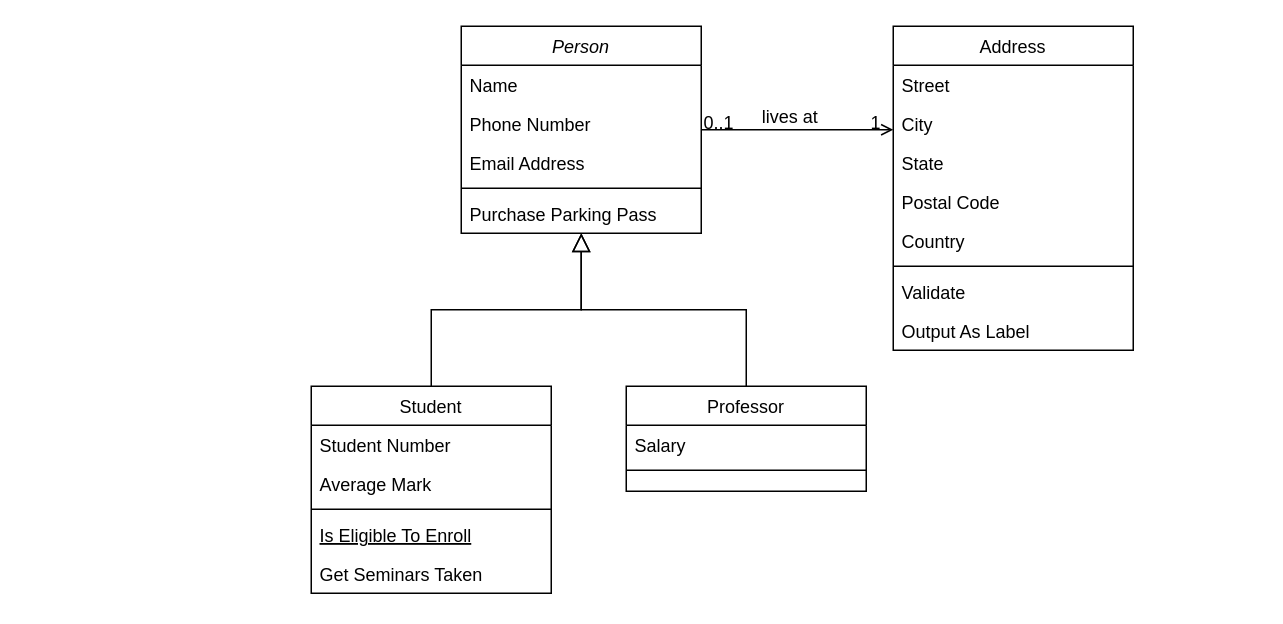
Above: page "Classes" (1 of 2) of Financ.drawio in Raiobrine/DrawIO (draw.io), before the change. Source tidied: cells renumbered, new cells numbered last; positions are measured from the earlier drawing's top-left corner, leaving out a move shared by most shapes. Both pictures are drawn from the tidied source at 150%, with x=0, y=0 at pixel (310, 26).
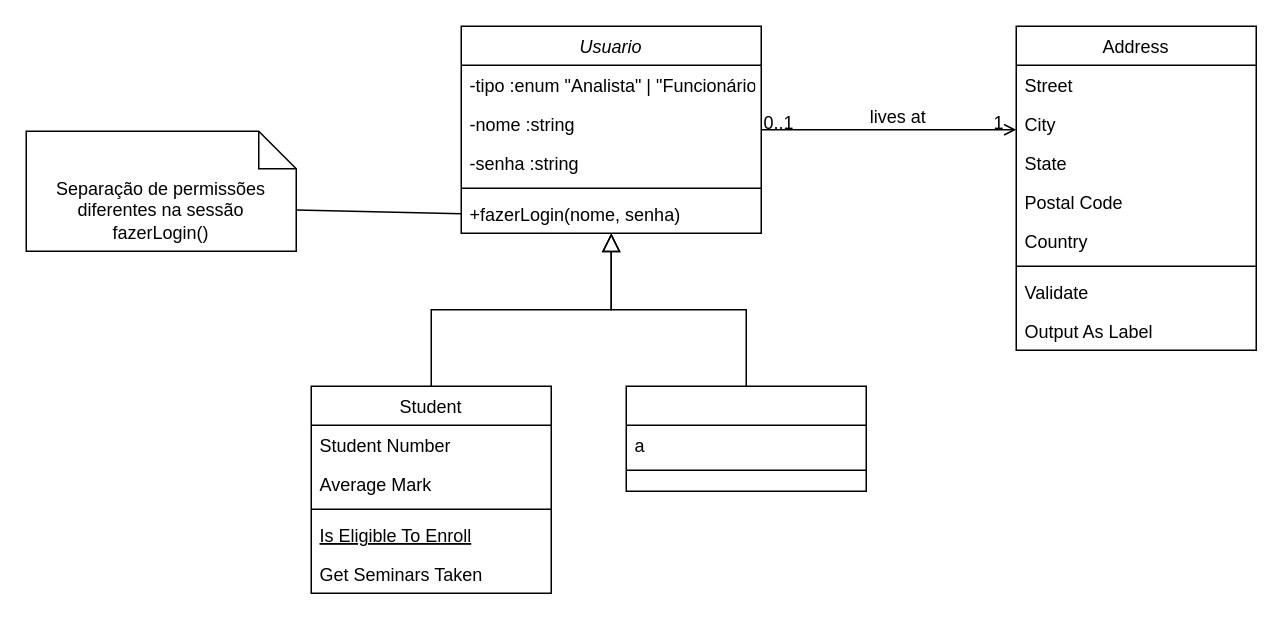
The same page after the edit.

The edit, as a diff of the source:
```diff
@@
-    <mxCell id="2" value="Person" style="swimlane;fontStyle=2;align=center;verticalAlign=top;horizontal=1;startSize=26;rounded=0;shadow=0;strokeWidth=1;" parent="1" vertex="1">
-      <mxGeometry x="100" width="160" height="138" as="geometry" />
+    <mxCell id="2" value="Usuario" style="swimlane;fontStyle=2;align=center;verticalAlign=top;horizontal=1;startSize=26;rounded=0;shadow=0;strokeWidth=1;" parent="1" vertex="1">
+      <mxGeometry x="100" width="200" height="138" as="geometry" />
     </mxCell>
-    <mxCell id="3" value="Name" style="text;align=left;verticalAlign=top;spacingLeft=4;spacingRight=4;overflow=hidden;" parent="2" vertex="1">
-      <mxGeometry y="26" width="160" height="26" as="geometry" />
+    <mxCell id="3" value="-tipo :enum &quot;Analista&quot; | &quot;Funcionário&quot;&#10; " style="text;align=left;verticalAlign=top;spacingLeft=4;spacingRight=4;overflow=hidden;" parent="2" vertex="1">
+      <mxGeometry y="26" width="200" height="26" as="geometry" />
     </mxCell>
-    <mxCell id="4" value="Phone Number" style="text;align=left;verticalAlign=top;spacingLeft=4;spacingRight=4;overflow=hidden;rounded=0;shadow=0;html=0;" parent="2" vertex="1">
-      <mxGeometry y="52" width="160" height="26" as="geometry" />
+    <mxCell id="4" value="-nome :string" style="text;align=left;verticalAlign=top;spacingLeft=4;spacingRight=4;overflow=hidden;rounded=0;shadow=0;html=0;" parent="2" vertex="1">
+      <mxGeometry y="52" width="200" height="26" as="geometry" />
     </mxCell>
-    <mxCell id="5" value="Email Address" style="text;align=left;verticalAlign=top;spacingLeft=4;spacingRight=4;overflow=hidden;rounded=0;shadow=0;html=0;" parent="2" vertex="1">
-      <mxGeometry y="78" width="160" height="26" as="geometry" />
+    <mxCell id="5" value="-senha :string" style="text;align=left;verticalAlign=top;spacingLeft=4;spacingRight=4;overflow=hidden;rounded=0;shadow=0;html=0;" parent="2" vertex="1">
+      <mxGeometry y="78" width="200" height="26" as="geometry" />
     </mxCell>
     <mxCell id="6" style="line;html=1;strokeWidth=1;align=left;verticalAlign=middle;spacingTop=-1;spacingLeft=3;spacingRight=3;labelPosition=right;" parent="2" vertex="1">
-      <mxGeometry y="104" width="160" height="8" as="geometry" />
+      <mxGeometry y="104" width="200" height="8" as="geometry" />
     </mxCell>
-    <mxCell id="7" value="Purchase Parking Pass" style="text;align=left;verticalAlign=top;spacingLeft=4;spacingRight=4;overflow=hidden;points=[[0,0.5],[1,0.5]];portConstraint=eastwest;" parent="2" vertex="1">
-      <mxGeometry y="112" width="160" height="26" as="geometry" />
+    <mxCell id="7" value="+fazerLogin(nome, senha)" style="text;align=left;verticalAlign=top;spacingLeft=4;spacingRight=4;overflow=hidden;points=[[0,0.5],[1,0.5]];portConstraint=eastwest;" parent="2" vertex="1">
+      <mxGeometry y="112" width="200" height="26" as="geometry" />
     </mxCell>
@@
-    <mxCell id="15" value="Professor" style="swimlane;fontStyle=0;align=center;verticalAlign=top;horizontal=1;startSize=26;rounded=0;shadow=0;strokeWidth=1;" parent="1" vertex="1">
+    <mxCell id="15" style="swimlane;fontStyle=0;align=center;verticalAlign=top;horizontal=1;startSize=26;rounded=0;shadow=0;strokeWidth=1;" parent="1" vertex="1">
       <mxGeometry x="210" y="240" width="160" height="70" as="geometry" />
     </mxCell>
-    <mxCell id="16" value="Salary" style="text;align=left;verticalAlign=top;spacingLeft=4;spacingRight=4;overflow=hidden;" parent="15" vertex="1">
+    <mxCell id="16" value="a" style="text;align=left;verticalAlign=top;spacingLeft=4;spacingRight=4;overflow=hidden;" parent="15" vertex="1">
       <mxGeometry y="26" width="160" height="26" as="geometry" />
     </mxCell>
@@
     <mxCell id="19" value="Address" style="swimlane;fontStyle=0;align=center;verticalAlign=top;horizontal=1;startSize=26;rounded=0;shadow=0;strokeWidth=1;" parent="1" vertex="1">
-      <mxGeometry x="388" width="160" height="216" as="geometry" />
+      <mxGeometry x="470" width="160" height="216" as="geometry" />
     </mxCell>
@@
+    <mxCell id="32" value="Separação de permissões diferentes na sessão fazerLogin()" style="shape=note2;boundedLbl=1;whiteSpace=wrap;html=1;size=25;verticalAlign=top;align=center;" parent="1" vertex="1">
+      <mxGeometry x="-190" y="70" width="180" height="80" as="geometry" />
+    </mxCell>
+    <mxCell id="33" style="edgeStyle=none;rounded=0;jettySize=auto;html=1;exitX=0;exitY=0.5;exitDx=0;exitDy=0;entryX=0;entryY=0;entryDx=180;entryDy=52.5;entryPerimeter=0;endArrow=none;endFill=0;" parent="1" edge="1" source="7" target="32">
+      <mxGeometry relative="1" as="geometry" />
+    </mxCell>
```
